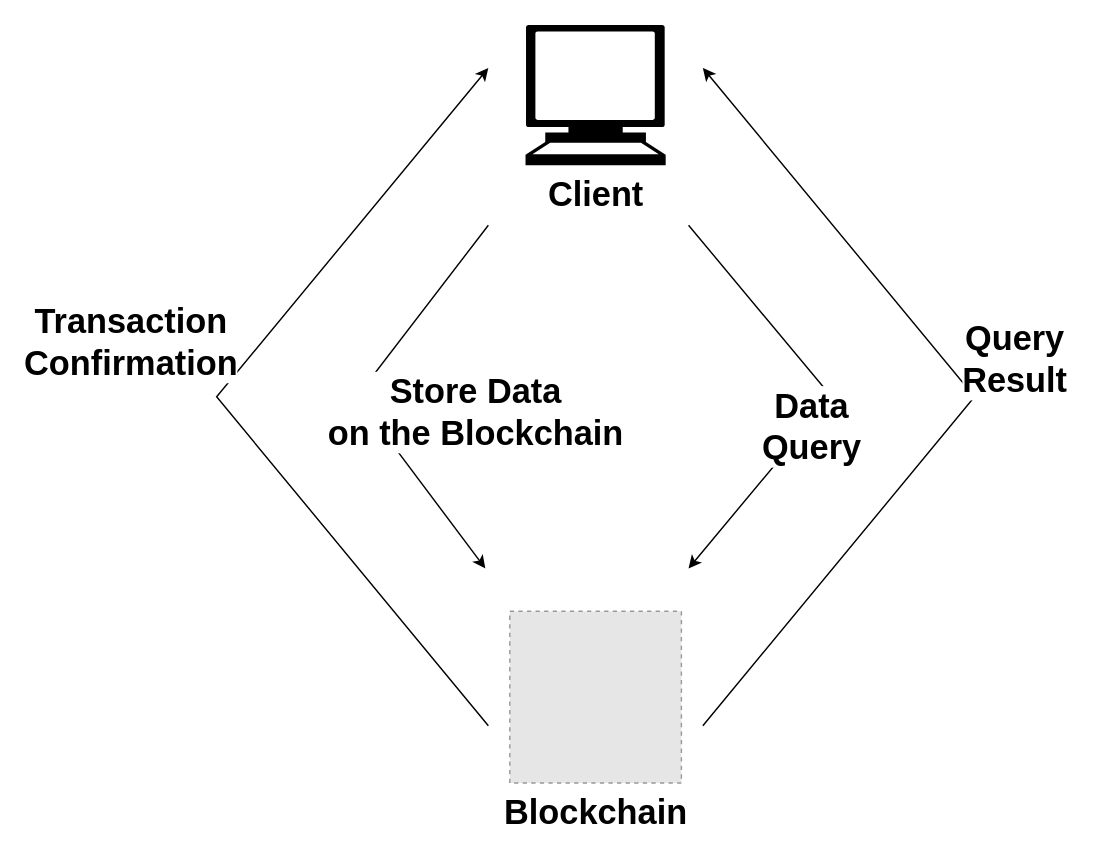
Above: 毕设前后端.drawio in sunmiao0301/Public-Pic-Bed (draw.io), before the change. Source tidied: cells renumbered, new cells numbered last; positions are measured from the earlier drawing's top-left corner, leaving out a move shared by most shapes. Both pictures are drawn from the tidied source at 143%, with x=0, y=0 at pixel (216, 24). Pictures stored in the file or linked from it are replaced by grey dashed boxes.
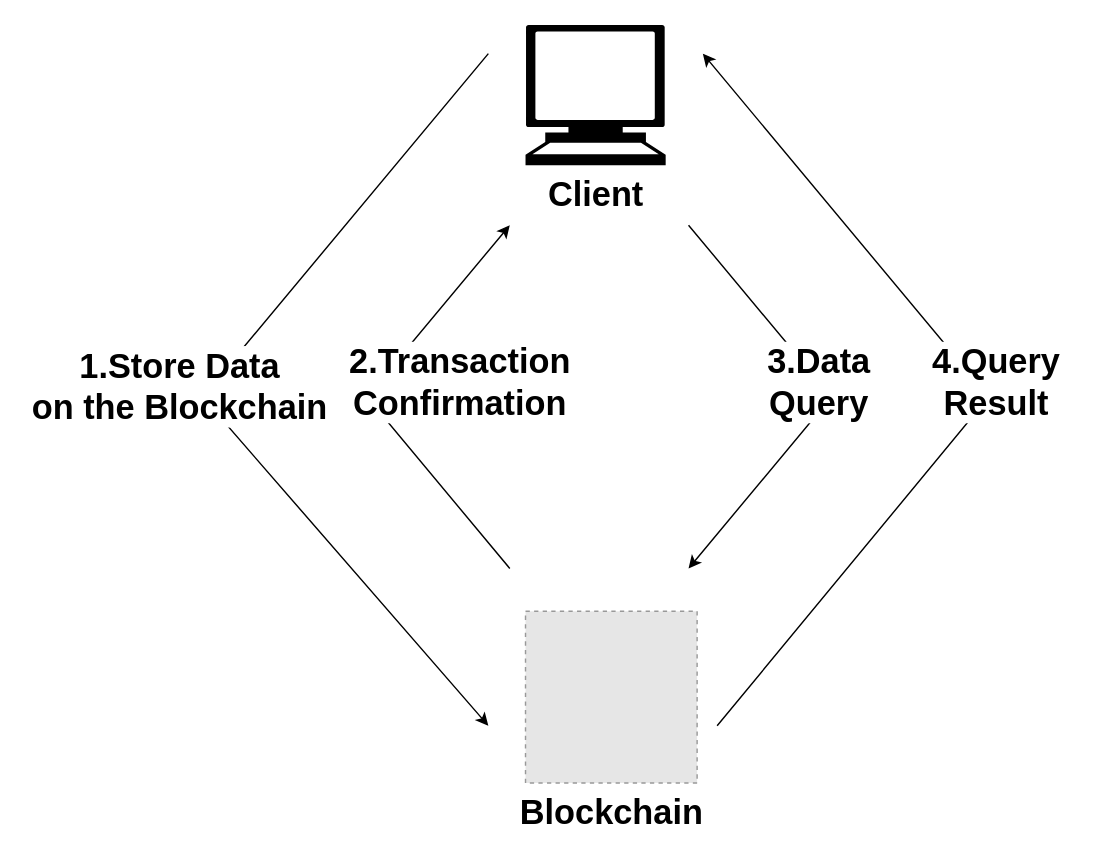
Above is the later version.

Commit message (it also covers changes not shown here):
更新毕设前后端.drawio

The change refers to these unchanged cells:
```xml
<mxCell id="8" style="endArrow=classic;html=1;rounded=0;" parent="1" edge="1">
  <mxGeometry relative="1" as="geometry">
    <mxPoint x="330" y="140" as="sourcePoint" />
    <mxPoint x="330" y="380" as="targetPoint" />
    <Array as="points">
      <mxPoint x="430" y="260" />
    </Array>
  </mxGeometry>
</mxCell>
```

The edit, as a diff of the source:
```diff
@@
     <mxCell id="3" value="&lt;font style=&quot;font-size: 24px;&quot;&gt;&lt;b&gt;Blockchain&lt;/b&gt;&lt;/font&gt;" style="fillColor=#E6E6E6;strokeColor=#999999;dashed=1;html=1;verticalAlign=top;verticalLabelPosition=bottom;labelBackgroundColor=#ffffff;" parent="1" vertex="1">
-      <mxGeometry x="205" y="410" width="120" height="120" as="geometry" />
+      <mxGeometry x="216" y="410" width="120" height="120" as="geometry" />
     </mxCell>
     <mxCell id="4" style="endArrow=classic;html=1;rounded=0;" parent="1" edge="1">
       <mxGeometry relative="1" as="geometry">
-        <mxPoint x="190" y="140" as="sourcePoint" />
-        <mxPoint x="187.9" y="380" as="targetPoint" />
+        <mxPoint x="190" y="20" as="sourcePoint" />
+        <mxPoint x="190" y="490" as="targetPoint" />
         <Array as="points">
-          <mxPoint x="98" y="260" />
+          <mxPoint x="-10" y="260" />
         </Array>
       </mxGeometry>
     </mxCell>
-    <mxCell id="5" value="&lt;font style=&quot;font-size: 24px;&quot;&gt;&lt;b&gt;Store Data&lt;br&gt;on the Blockchain&lt;/b&gt;&lt;/font&gt;" style="edgeLabel;html=1;align=center;verticalAlign=middle;" parent="4" vertex="1">
+    <mxCell id="5" value="&lt;font style=&quot;font-size: 24px;&quot;&gt;&lt;b&gt;1.Store Data&lt;br&gt;on the Blockchain&lt;/b&gt;&lt;/font&gt;" style="edgeLabel;html=1;align=center;verticalAlign=middle;" parent="4" vertex="1">
       <mxGeometry x="0.15" y="-1" relative="1" as="geometry">
-        <mxPoint x="70" y="-8" as="offset" />
+        <mxPoint x="-44" y="-40" as="offset" />
       </mxGeometry>
     </mxCell>
     <mxCell id="6" style="endArrow=classic;html=1;rounded=0;" parent="1" edge="1">
       <mxGeometry relative="1" as="geometry">
-        <mxPoint x="190" y="490" as="sourcePoint" />
-        <mxPoint x="190" y="30" as="targetPoint" />
+        <mxPoint x="205" y="380" as="sourcePoint" />
+        <mxPoint x="205" y="140" as="targetPoint" />
         <Array as="points">
-          <mxPoint y="260" />
+          <mxPoint x="105" y="260" />
         </Array>
       </mxGeometry>
     </mxCell>
-    <mxCell id="7" value="&lt;font style=&quot;font-size: 24px;&quot;&gt;&lt;b&gt;Transaction&lt;br&gt;Confirmation&lt;/b&gt;&lt;/font&gt;" style="edgeLabel;html=1;align=center;verticalAlign=middle;" parent="6" vertex="1">
+    <mxCell id="7" value="&lt;font style=&quot;font-size: 24px;&quot;&gt;&lt;b&gt;2.Transaction&lt;br&gt;Confirmation&lt;/b&gt;&lt;/font&gt;" style="edgeLabel;html=1;align=center;verticalAlign=middle;" parent="6" vertex="1">
       <mxGeometry x="-0.12" y="3" relative="1" as="geometry">
-        <mxPoint x="-81" y="-68" as="offset" />
+        <mxPoint x="55" y="-27" as="offset" />
       </mxGeometry>
     </mxCell>
@@
-    <mxCell id="9" value="&lt;font style=&quot;font-size: 24px;&quot;&gt;&lt;b&gt;Data&lt;br&gt;Query&lt;/b&gt;&lt;/font&gt;" style="edgeLabel;html=1;align=center;verticalAlign=middle;" parent="8" vertex="1">
-      <mxGeometry x="0.16" y="2" relative="1" as="geometry" />
+    <mxCell id="9" value="&lt;font style=&quot;font-size: 24px;&quot;&gt;&lt;b&gt;3.Data&lt;br&gt;Query&lt;/b&gt;&lt;/font&gt;" style="edgeLabel;html=1;align=center;verticalAlign=middle;" parent="8" vertex="1">
+      <mxGeometry x="0.16" y="2" relative="1" as="geometry">
+        <mxPoint x="5" y="-31" as="offset" />
+      </mxGeometry>
     </mxCell>
     <mxCell id="10" style="endArrow=classic;html=1;rounded=0;" parent="1" edge="1">
       <mxGeometry relative="1" as="geometry">
-        <mxPoint x="340" y="490" as="sourcePoint" />
-        <mxPoint x="340" y="30" as="targetPoint" />
+        <mxPoint x="350" y="490" as="sourcePoint" />
+        <mxPoint x="340" y="20" as="targetPoint" />
         <Array as="points">
-          <mxPoint x="530" y="260" />
+          <mxPoint x="540" y="260" />
         </Array>
       </mxGeometry>
     </mxCell>
-    <mxCell id="11" value="&lt;b&gt;&lt;font style=&quot;font-size: 24px;&quot;&gt;Query&lt;br&gt;Result&lt;/font&gt;&lt;/b&gt;" style="edgeLabel;html=1;align=center;verticalAlign=middle;" parent="10" vertex="1">
+    <mxCell id="11" value="&lt;b&gt;&lt;font style=&quot;font-size: 24px;&quot;&gt;4.Query&lt;br&gt;Result&lt;/font&gt;&lt;/b&gt;" style="edgeLabel;html=1;align=center;verticalAlign=middle;" parent="10" vertex="1">
       <mxGeometry x="-0.17" relative="1" as="geometry">
-        <mxPoint x="60" y="-65" as="offset" />
+        <mxPoint x="33" y="-45" as="offset" />
       </mxGeometry>
     </mxCell>
```
